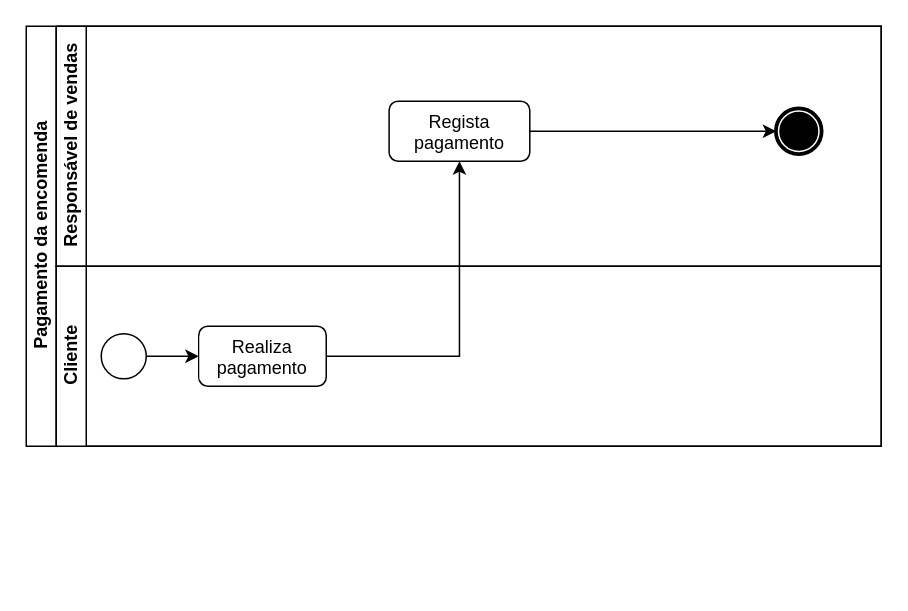
joaobraganca555/GlobalTech_ETL keeps this draw.io diagram as page "Pagamento" (2 of 4) of docs/bpmn.drawio. Above is the earlier version. Source tidied: cells renumbered, new cells numbered last; positions are measured from the earlier drawing's top-left corner, leaving out a move shared by most shapes. Both pictures are drawn from the tidied source at 150%, with x=0, y=0 at pixel (26, 26).
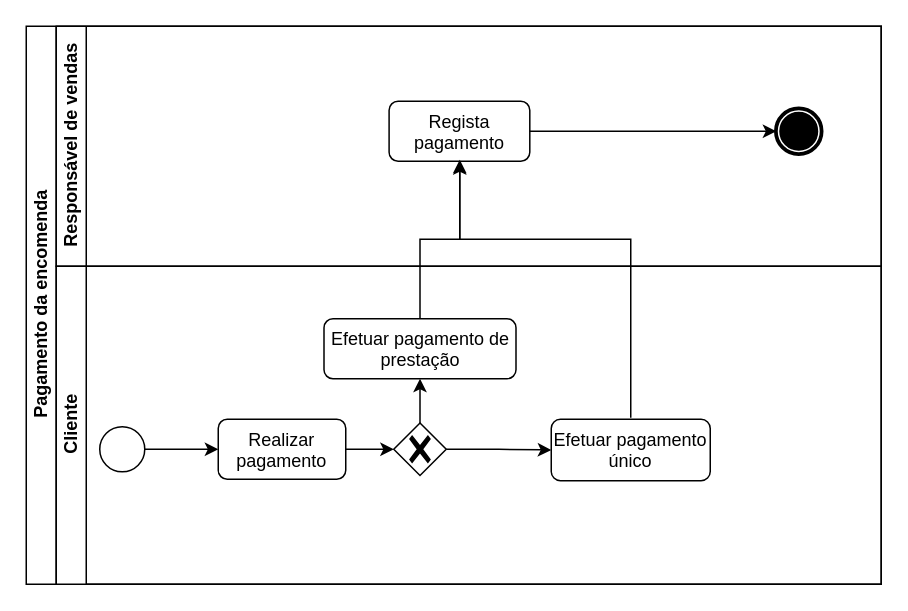
The same page after the edit.

Unchanged cells that the change refers to:
```xml
<mxCell id="8" value="Regista pagamento" style="rounded=1;whiteSpace=wrap;html=1;verticalAlign=top;labelBackgroundColor=#ffffff;" parent="6" vertex="1">
  <mxGeometry x="221.9" y="50" width="93.8" height="40" as="geometry" />
</mxCell>
```

What changed in the source:
```diff
@@
     <mxCell id="2" value="Pagamento da encomenda" style="swimlane;html=1;horizontal=0;startSize=20;" parent="1" vertex="1">
-      <mxGeometry width="570" height="280" as="geometry" />
+      <mxGeometry width="570" height="372" as="geometry" />
     </mxCell>
@@
     <mxCell id="11" value="Cliente" style="swimlane;html=1;startSize=20;horizontal=0;" parent="2" vertex="1">
-      <mxGeometry x="20" y="160" width="550" height="120" as="geometry" />
+      <mxGeometry x="20" y="160" width="550" height="212" as="geometry" />
     </mxCell>
@@
     <mxCell id="14" style="points=[[0.145,0.145,0],[0.5,0,0],[0.855,0.145,0],[1,0.5,0],[0.855,0.855,0],[0.5,1,0],[0.145,0.855,0],[0,0.5,0]];shape=mxgraph.bpmn.event;html=1;verticalLabelPosition=bottom;labelBackgroundColor=#ffffff;verticalAlign=top;align=center;perimeter=ellipsePerimeter;outlineConnect=0;outline=standard;symbol=general;" parent="11" vertex="1">
-      <mxGeometry x="30" y="45" width="30" height="30" as="geometry" />
+      <mxGeometry x="29" y="107" width="30" height="30" as="geometry" />
     </mxCell>
+    <mxCell id="17" style="edgeStyle=orthogonalEdgeStyle;rounded=0;jettySize=auto;html=1;" parent="11" edge="1" source="15" target="20">
+      <mxGeometry relative="1" as="geometry" />
+    </mxCell>
-    <mxCell id="15" value="Realiza pagamento" style="rounded=1;whiteSpace=wrap;html=1;verticalAlign=top;labelBackgroundColor=#ffffff;" parent="11" vertex="1">
-      <mxGeometry x="95" y="40" width="85" height="40" as="geometry" />
+    <mxCell id="15" value="Realizar pagamento" style="rounded=1;whiteSpace=wrap;html=1;verticalAlign=top;labelBackgroundColor=#ffffff;" parent="11" vertex="1">
+      <mxGeometry x="108" y="102" width="85" height="40" as="geometry" />
     </mxCell>
-    <mxCell id="16" style="edgeStyle=orthogonalEdgeStyle;rounded=0;jettySize=auto;html=1;" parent="2" edge="1" source="15" target="8">
-      <mxGeometry relative="1" as="geometry" />
-    </mxCell>
+    <mxCell id="18" style="edgeStyle=orthogonalEdgeStyle;rounded=0;jettySize=auto;html=1;" parent="11" edge="1" source="20" target="21">
+      <mxGeometry relative="1" as="geometry" />
+    </mxCell>
+    <mxCell id="19" style="edgeStyle=orthogonalEdgeStyle;rounded=0;jettySize=auto;html=1;" parent="11" edge="1" source="20" target="22">
+      <mxGeometry relative="1" as="geometry" />
+    </mxCell>
+    <mxCell id="20" style="points=[[0.25,0.25,0],[0.5,0,0],[0.75,0.25,0],[1,0.5,0],[0.75,0.75,0],[0.5,1,0],[0.25,0.75,0],[0,0.5,0]];shape=mxgraph.bpmn.gateway2;html=1;verticalLabelPosition=bottom;labelBackgroundColor=#ffffff;verticalAlign=top;align=center;perimeter=rhombusPerimeter;outlineConnect=0;outline=none;symbol=none;gwType=exclusive;" parent="11" vertex="1">
+      <mxGeometry x="225" y="104.5" width="35" height="35" as="geometry" />
+    </mxCell>
+    <mxCell id="21" value="Efetuar pagamento único" style="rounded=1;whiteSpace=wrap;html=1;verticalAlign=top;labelBackgroundColor=#ffffff;" parent="11" vertex="1">
+      <mxGeometry x="330" y="102" width="106" height="41" as="geometry" />
+    </mxCell>
+    <mxCell id="22" value="Efetuar pagamento de prestação" style="rounded=1;whiteSpace=wrap;html=1;verticalAlign=top;labelBackgroundColor=#ffffff;" parent="11" vertex="1">
+      <mxGeometry x="178.5" y="35" width="128" height="40" as="geometry" />
+    </mxCell>
+    <mxCell id="23" style="edgeStyle=orthogonalEdgeStyle;rounded=0;jettySize=auto;html=1;" parent="2" edge="1" source="22" target="8">
+      <mxGeometry relative="1" as="geometry">
+        <Array as="points">
+          <mxPoint x="263" y="142" />
+          <mxPoint x="289" y="142" />
+        </Array>
+      </mxGeometry>
+    </mxCell>
+    <mxCell id="24" style="edgeStyle=orthogonalEdgeStyle;rounded=0;orthogonalLoop=1;jettySize=auto;html=1;" parent="2" edge="1">
+      <mxGeometry relative="1" as="geometry">
+        <mxPoint x="403" y="261" as="sourcePoint" />
+        <mxPoint x="289" y="89" as="targetPoint" />
+        <Array as="points">
+          <mxPoint x="403" y="142" />
+          <mxPoint x="289" y="142" />
+        </Array>
+      </mxGeometry>
+    </mxCell>
```
